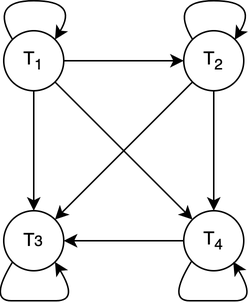
Earlier version of the draw.io export illustrations/token_graph.png (LucTuc/gpt-pyg-attention). Source tidied: cells renumbered, new cells last; positions are measured from the earlier drawing's top-left corner, leaving out a move shared by most shapes.
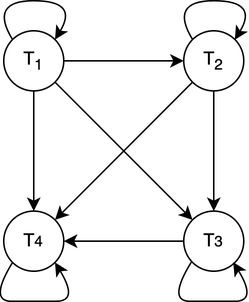
After the commit.

Diff of the diagram source:
```diff
@@ -8,10 +8,10 @@
     <mxCell id="3" value="T&lt;sub&gt;2&lt;/sub&gt;" style="ellipse;whiteSpace=wrap;html=1;" parent="1" vertex="1">
       <mxGeometry x="130" y="20" width="40" height="40" as="geometry" />
     </mxCell>
-    <mxCell id="4" value="T&lt;span style=&quot;font-size: 10px;&quot;&gt;3&lt;/span&gt;" style="ellipse;whiteSpace=wrap;html=1;" parent="1" vertex="1">
+    <mxCell id="4" value="T&lt;span style=&quot;font-size: 10px;&quot;&gt;4&lt;/span&gt;" style="ellipse;whiteSpace=wrap;html=1;" parent="1" vertex="1">
       <mxGeometry x="10" y="140" width="40" height="40" as="geometry" />
     </mxCell>
-    <mxCell id="5" value="T&lt;sub&gt;4&lt;/sub&gt;" style="ellipse;whiteSpace=wrap;html=1;" parent="1" vertex="1">
+    <mxCell id="5" value="T&lt;span style=&quot;font-size: 10px;&quot;&gt;3&lt;/span&gt;" style="ellipse;whiteSpace=wrap;html=1;" parent="1" vertex="1">
       <mxGeometry x="130" y="140" width="40" height="40" as="geometry" />
     </mxCell>
     <mxCell id="6" style="endArrow=classic;html=1;rounded=0;exitX=1;exitY=0.5;exitDx=0;exitDy=0;entryX=0;entryY=0.5;entryDx=0;entryDy=0;" parent="1" edge="1" source="2" target="3">
```
